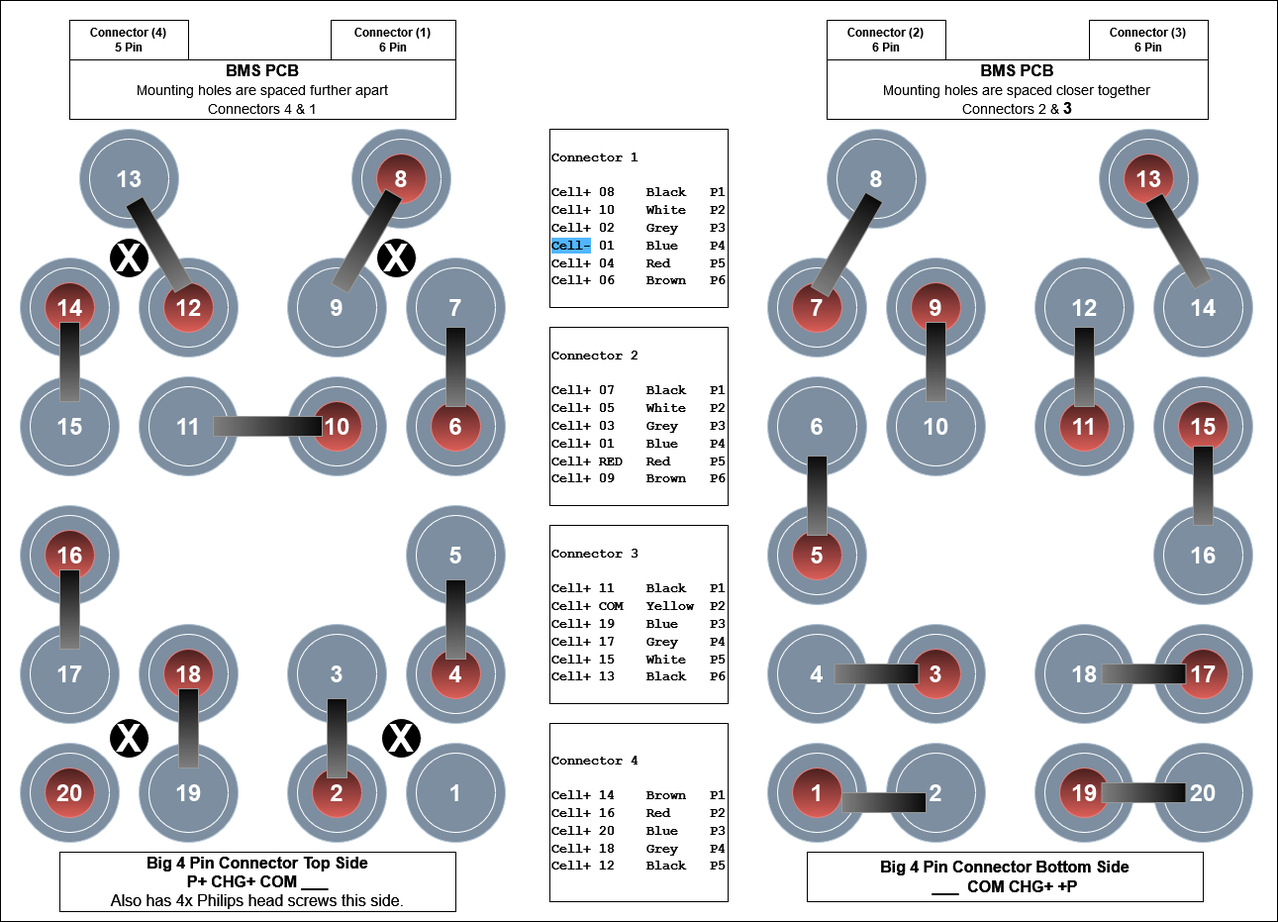
Above: Electronics/BS82vLION/battery-diagram.png in jacob-jarick/memwiki (draw.io), before the change. Source tidied: cells renumbered, new cells last; positions are measured from the earlier drawing's top-left corner, leaving out a move shared by most shapes.
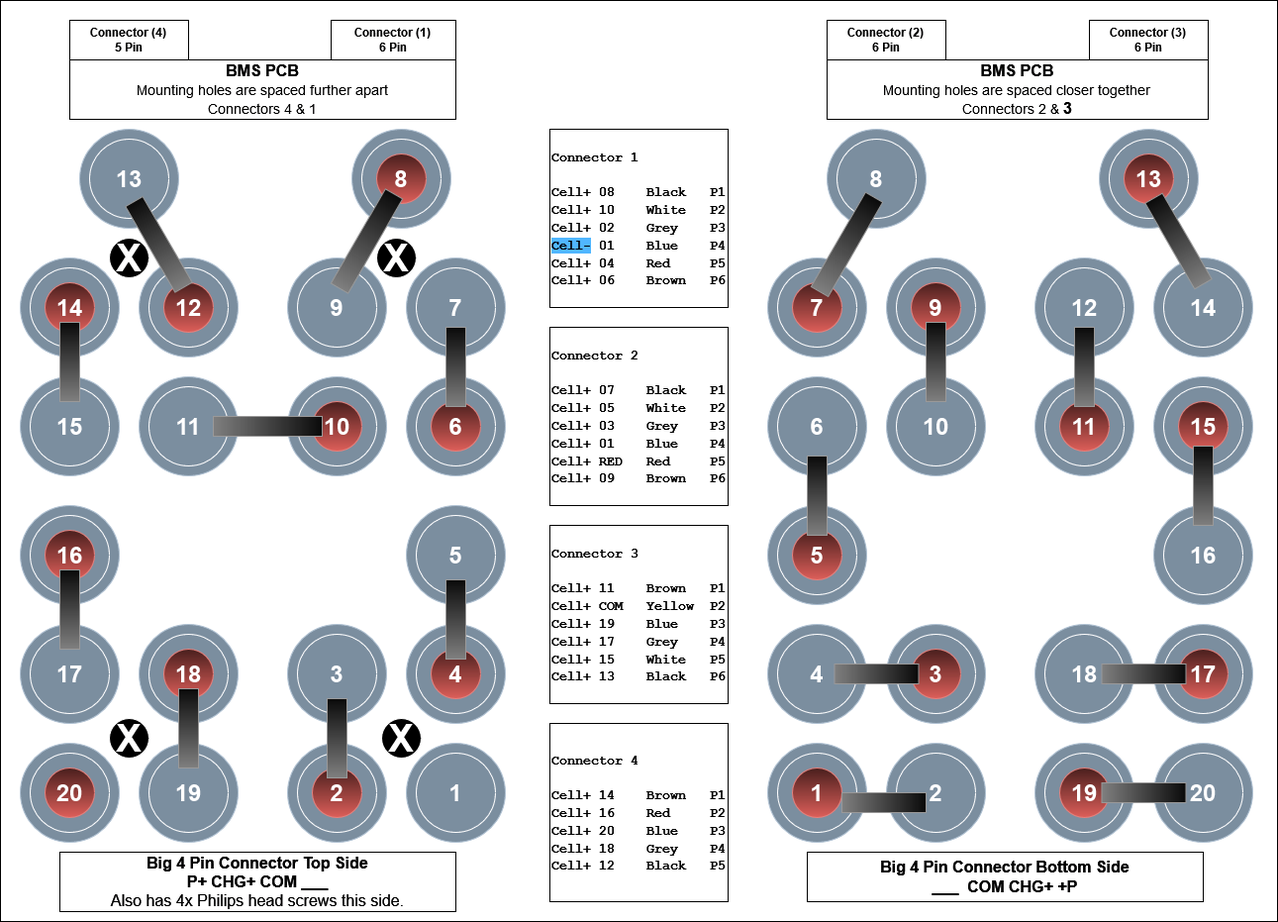
The same diagram one commit later.

What changed in the source:
```diff
@@ -392,7 +392,7 @@
     <mxCell id="127" value="&lt;div style=&quot;font-size: 14px;&quot; align=&quot;left&quot;&gt;&lt;font color=&quot;#ffffff&quot;&gt;&lt;b&gt;&lt;font face=&quot;Courier New&quot;&gt;&lt;font style=&quot;font-size: 14px;&quot;&gt;Connector 2&lt;br&gt;&lt;br&gt;Cell+ 07&lt;span style=&quot;white-space: pre;&quot;&gt;&#9;Black&lt;/span&gt; &lt;span style=&quot;white-space: pre;&quot;&gt;&#9;&lt;/span&gt;P1&lt;br&gt;Cell+ 05&lt;span style=&quot;white-space: pre;&quot;&gt;&#9;&lt;/span&gt;White&lt;span style=&quot;white-space: pre;&quot;&gt;&#9;&lt;/span&gt;P2&lt;br&gt;Cell+ 03&lt;span style=&quot;white-space: pre;&quot;&gt;&#9;&lt;/span&gt;Grey&lt;span style=&quot;white-space: pre;&quot;&gt;&#9;&lt;/span&gt;P3&lt;br&gt;Cell+ 01&lt;span style=&quot;white-space: pre;&quot;&gt;&#9;&lt;/span&gt;Blue&lt;span style=&quot;white-space: pre;&quot;&gt;&#9;&lt;/span&gt;P4&lt;/font&gt;&lt;/font&gt;&lt;/b&gt;&lt;/font&gt;&lt;/div&gt;&lt;div style=&quot;font-size: 14px;&quot; align=&quot;left&quot;&gt;&lt;font color=&quot;#ffffff&quot;&gt;&lt;b&gt;&lt;font face=&quot;Courier New&quot;&gt;&lt;font style=&quot;font-size: 14px;&quot;&gt;&lt;font style=&quot;font-size: 14px;&quot;&gt;Cell+ RED&lt;span style=&quot;white-space: pre;&quot;&gt;&#9;&lt;/span&gt;Red&lt;span style=&quot;white-space: pre;&quot;&gt;&#9;&lt;/span&gt;&lt;span style=&quot;white-space: pre;&quot;&gt;&#9;&lt;/span&gt;P5&lt;/font&gt;&lt;/font&gt;&lt;font style=&quot;font-size: 14px;&quot;&gt;&lt;font style=&quot;font-size: 14px;&quot;&gt;&lt;br&gt;&lt;/font&gt;&lt;/font&gt;&lt;/font&gt;&lt;/b&gt;&lt;/font&gt;&lt;/div&gt;&lt;div style=&quot;font-size: 14px;&quot; align=&quot;left&quot;&gt;&lt;font color=&quot;#ffffff&quot;&gt;&lt;b&gt;&lt;font face=&quot;Courier New&quot;&gt;&lt;font style=&quot;font-size: 14px;&quot;&gt;&lt;font style=&quot;font-size: 14px;&quot;&gt;Cell+ 09&lt;span style=&quot;white-space: pre;&quot;&gt;&#9;&lt;/span&gt;Brown&lt;span style=&quot;white-space: pre;&quot;&gt;&#9;&lt;/span&gt;P6&lt;br&gt;&lt;/font&gt;&lt;/font&gt;&lt;/font&gt;&lt;/b&gt;&lt;/font&gt;&lt;/div&gt;" style="whiteSpace=wrap;html=1;align=left;perimeterSpacing=0;strokeColor=#FFFFFF;fillColor=#000000;" parent="1" vertex="1">
       <mxGeometry x="555" y="330" width="180" height="180" as="geometry" />
     </mxCell>
-    <mxCell id="128" value="&lt;div style=&quot;font-size: 14px;&quot; align=&quot;left&quot;&gt;&lt;font color=&quot;#ffffff&quot;&gt;&lt;b&gt;&lt;font style=&quot;font-size: 14px;&quot;&gt;&lt;font style=&quot;font-size: 14px;&quot; face=&quot;Courier New&quot;&gt;Connector 3&lt;br&gt;&lt;br&gt;Cell+ 11&lt;span style=&quot;white-space: pre;&quot;&gt;&#9;&lt;/span&gt;Black &lt;span style=&quot;white-space: pre;&quot;&gt;&#9;&lt;/span&gt;P1&lt;br&gt;Cell+ COM&lt;span style=&quot;white-space: pre;&quot;&gt;&#9;Yellow&lt;/span&gt;&lt;span style=&quot;white-space: pre;&quot;&gt;&#9;&lt;/span&gt;P2&lt;br&gt;Cell+ 19&lt;span style=&quot;white-space: pre;&quot;&gt;&#9;Blue&lt;/span&gt;&lt;span style=&quot;white-space: pre;&quot;&gt;&#9;&lt;/span&gt;P3&lt;br&gt;Cell+ 17&lt;span style=&quot;white-space: pre;&quot;&gt;&#9;Grey&lt;/span&gt;&lt;span style=&quot;white-space: pre;&quot;&gt;&#9;&lt;/span&gt;P4&lt;br&gt;&lt;/font&gt;&lt;/font&gt;&lt;/b&gt;&lt;b&gt;&lt;font style=&quot;font-size: 14px;&quot;&gt;&lt;font style=&quot;font-size: 14px;&quot; face=&quot;Courier New&quot;&gt;&lt;font style=&quot;font-size: 14px;&quot;&gt;Cell+ 15&lt;span style=&quot;white-space: pre;&quot;&gt;&#9;White&lt;/span&gt;&lt;span style=&quot;white-space: pre;&quot;&gt;&#9;&lt;/span&gt;P5&lt;/font&gt;&lt;/font&gt;&lt;font style=&quot;font-size: 14px;&quot; face=&quot;tVRM3BPxQ4qg0KpQSfWL&quot;&gt;&lt;font style=&quot;font-size: 14px;&quot;&gt;&lt;br&gt;&lt;/font&gt;&lt;/font&gt;&lt;/font&gt;&lt;/b&gt;&lt;/font&gt;&lt;/div&gt;&lt;div style=&quot;font-size: 14px;&quot; align=&quot;left&quot;&gt;&lt;font color=&quot;#ffffff&quot;&gt;&lt;b&gt;&lt;font style=&quot;font-size: 14px;&quot;&gt;&lt;font style=&quot;font-size: 14px;&quot; face=&quot;Courier New&quot;&gt;&lt;font style=&quot;font-size: 14px;&quot;&gt;Cell+ 13&lt;span style=&quot;white-space: pre;&quot;&gt;&#9;Black&lt;/span&gt;&lt;span style=&quot;white-space: pre;&quot;&gt;&#9;&lt;/span&gt;P6&lt;/font&gt;&lt;/font&gt;&lt;font style=&quot;font-size: 14px;&quot; face=&quot;tVRM3BPxQ4qg0KpQSfWL&quot;&gt;&lt;font style=&quot;font-size: 14px;&quot;&gt;&lt;br&gt;&lt;/font&gt;&lt;/font&gt;&lt;/font&gt;&lt;/b&gt;&lt;/font&gt;&lt;/div&gt;" style="whiteSpace=wrap;html=1;align=left;perimeterSpacing=0;strokeColor=#FFFFFF;fillColor=#000000;" parent="1" vertex="1">
+    <mxCell id="128" value="&lt;div style=&quot;font-size: 14px;&quot; align=&quot;left&quot;&gt;&lt;font color=&quot;#ffffff&quot;&gt;&lt;b&gt;&lt;font style=&quot;font-size: 14px;&quot;&gt;&lt;font style=&quot;font-size: 14px;&quot; face=&quot;Courier New&quot;&gt;Connector 3&lt;br&gt;&lt;br&gt;Cell+ 11&lt;span style=&quot;white-space: pre;&quot;&gt;&#9;&lt;/span&gt;Brown &lt;span style=&quot;white-space: pre;&quot;&gt;&#9;&lt;/span&gt;P1&lt;br&gt;Cell+ COM&lt;span style=&quot;white-space: pre;&quot;&gt;&#9;Yellow&lt;/span&gt;&lt;span style=&quot;white-space: pre;&quot;&gt;&#9;&lt;/span&gt;P2&lt;br&gt;Cell+ 19&lt;span style=&quot;white-space: pre;&quot;&gt;&#9;Blue&lt;/span&gt;&lt;span style=&quot;white-space: pre;&quot;&gt;&#9;&lt;/span&gt;P3&lt;br&gt;Cell+ 17&lt;span style=&quot;white-space: pre;&quot;&gt;&#9;Grey&lt;/span&gt;&lt;span style=&quot;white-space: pre;&quot;&gt;&#9;&lt;/span&gt;P4&lt;br&gt;&lt;/font&gt;&lt;/font&gt;&lt;/b&gt;&lt;b&gt;&lt;font style=&quot;font-size: 14px;&quot;&gt;&lt;font style=&quot;font-size: 14px;&quot; face=&quot;Courier New&quot;&gt;&lt;font style=&quot;font-size: 14px;&quot;&gt;Cell+ 15&lt;span style=&quot;white-space: pre;&quot;&gt;&#9;White&lt;/span&gt;&lt;span style=&quot;white-space: pre;&quot;&gt;&#9;&lt;/span&gt;P5&lt;/font&gt;&lt;/font&gt;&lt;font style=&quot;font-size: 14px;&quot; face=&quot;tVRM3BPxQ4qg0KpQSfWL&quot;&gt;&lt;font style=&quot;font-size: 14px;&quot;&gt;&lt;br&gt;&lt;/font&gt;&lt;/font&gt;&lt;/font&gt;&lt;/b&gt;&lt;/font&gt;&lt;/div&gt;&lt;div style=&quot;font-size: 14px;&quot; align=&quot;left&quot;&gt;&lt;font color=&quot;#ffffff&quot;&gt;&lt;b&gt;&lt;font style=&quot;font-size: 14px;&quot;&gt;&lt;font style=&quot;font-size: 14px;&quot; face=&quot;Courier New&quot;&gt;&lt;font style=&quot;font-size: 14px;&quot;&gt;Cell+ 13&lt;span style=&quot;white-space: pre;&quot;&gt;&#9;Black&lt;/span&gt;&lt;span style=&quot;white-space: pre;&quot;&gt;&#9;&lt;/span&gt;P6&lt;/font&gt;&lt;/font&gt;&lt;font style=&quot;font-size: 14px;&quot; face=&quot;tVRM3BPxQ4qg0KpQSfWL&quot;&gt;&lt;font style=&quot;font-size: 14px;&quot;&gt;&lt;br&gt;&lt;/font&gt;&lt;/font&gt;&lt;/font&gt;&lt;/b&gt;&lt;/font&gt;&lt;/div&gt;" style="whiteSpace=wrap;html=1;align=left;perimeterSpacing=0;strokeColor=#FFFFFF;fillColor=#000000;" parent="1" vertex="1">
       <mxGeometry x="555" y="530" width="180" height="180" as="geometry" />
     </mxCell>
     <mxCell id="129" style="rounded=0;whiteSpace=wrap;html=1;fillColor=#f5f5f5;strokeColor=#666666;gradientColor=#808080;rotation=90;" parent="1" vertex="1">
```
